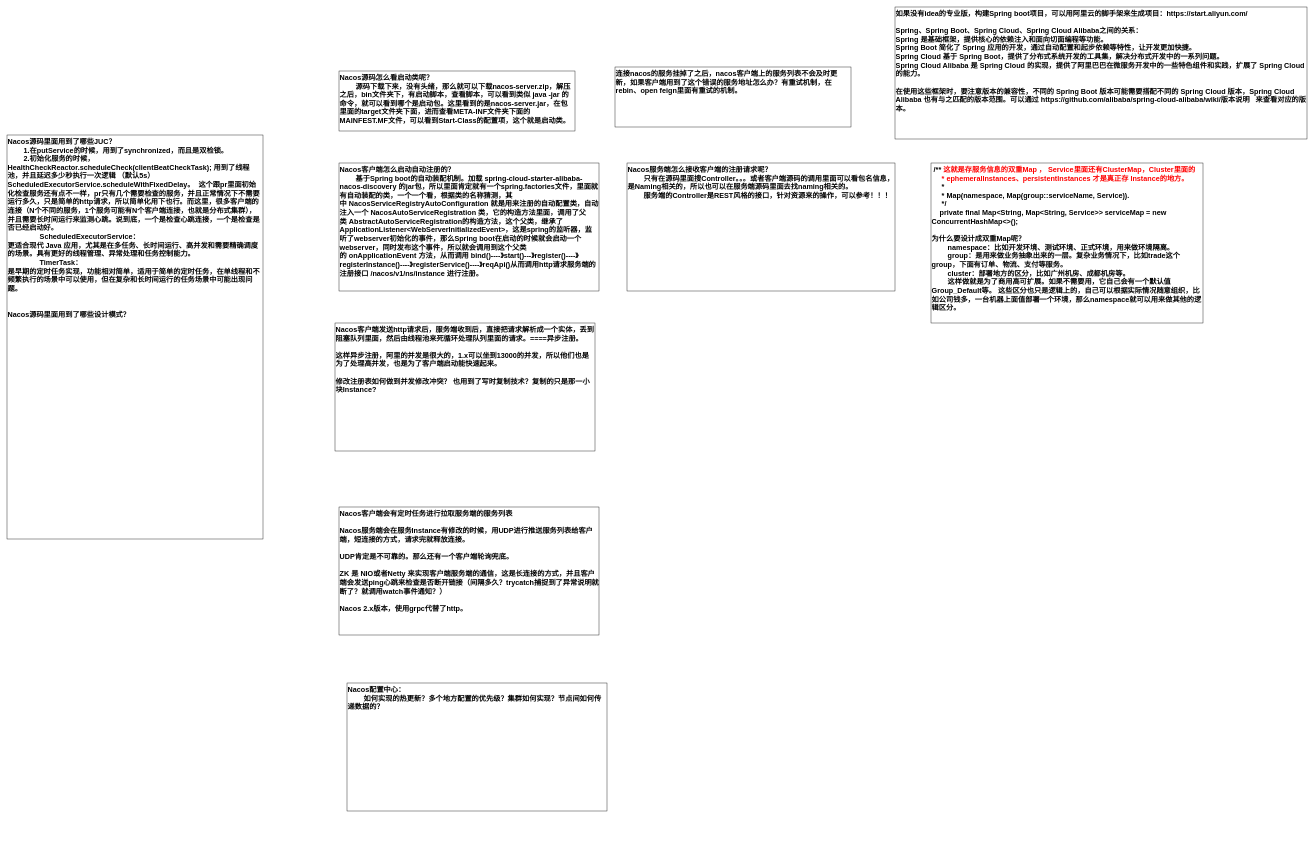
This is JAVA/Nacos.drawio from KGwolf/MyDraw, a draw.io file, before an edit. Source tidied: cells renumbered, new cells numbered last; positions are measured from the earlier drawing's top-left corner, leaving out a move shared by most shapes. Both pictures are drawn from the tidied source at 40%, with x=0, y=0 at pixel (7, 7).
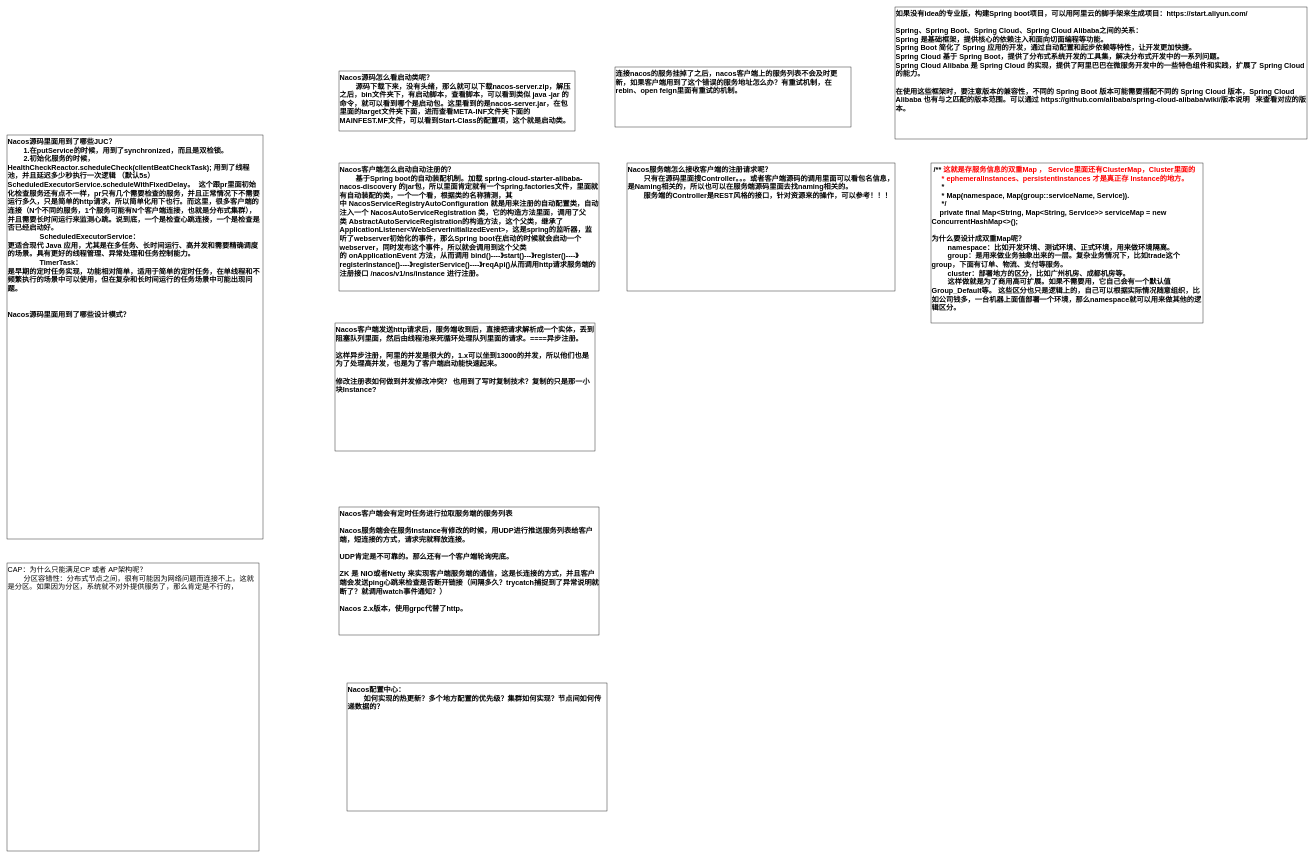
Above is the later version.

What changed in the source:
```diff
@@
 <mxGraphModel>
   <root>
     <mxCell id="0" />
     <mxCell id="1" parent="0" />
     <mxCell id="2" value="Nacos源码怎么看启动类呢？&lt;div&gt;&lt;span style=&quot;white-space: pre;&quot;&gt;&#9;&lt;/span&gt;源码下载下来，没有头绪，那么就可以下载nacos-server.zip，解压之后，bin文件夹下，有启动脚本，查看脚本，可以看到类似 java -jar 的命令，就可以看到哪个是启动包。这里看到的是nacos-server.jar，在包里面的target文件夹下面，进而查看META-INF文件夹下面的MAINFEST.MF文件，可以看到Start-Class的配置项，这个就是启动类。&lt;br&gt;&lt;/div&gt;" style="rounded=0;whiteSpace=wrap;html=1;fontSize=18;fontStyle=1;verticalAlign=top;align=left;" parent="1" vertex="1">
       <mxGeometry x="830" y="160" width="590" height="150" as="geometry" />
     </mxCell>
     <mxCell id="3" value="连接nacos的服务挂掉了之后，nacos客户端上的服务列表不会及时更新，如果客户端用到了这个错误的服务地址怎么办？有重试机制，在rebin、open feign里面有重试的机制。" style="rounded=0;whiteSpace=wrap;html=1;fontSize=18;fontStyle=1;verticalAlign=top;align=left;" parent="1" vertex="1">
       <mxGeometry x="1520" y="150" width="590" height="150" as="geometry" />
     </mxCell>
     <mxCell id="4" value="如果没有idea的专业版，构建Spring boot项目，可以用阿里云的脚手架来生成项目：https://start.aliyun.com/&lt;div&gt;&lt;br&gt;&lt;/div&gt;&lt;div&gt;Spring、Spring Boot、Spring Cloud、Spring Cloud Alibaba之间的关系：&lt;/div&gt;&lt;div&gt;&lt;div&gt;Spring 是基础框架，提供核心的依赖注入和面向切面编程等功能。&lt;/div&gt;&lt;div&gt;Spring Boot 简化了 Spring 应用的开发，通过自动配置和起步依赖等特性，让开发更加快捷。&lt;/div&gt;&lt;div&gt;Spring Cloud 基于 Spring Boot，提供了分布式系统开发的工具集，解决分布式开发中的一系列问题。&lt;/div&gt;&lt;div&gt;Spring Cloud Alibaba 是 Spring Cloud 的实现，提供了阿里巴巴在微服务开发中的一些特色组件和实践，扩展了 Spring Cloud 的能力。&lt;/div&gt;&lt;div&gt;&lt;br&gt;&lt;/div&gt;&lt;div&gt;在使用这些框架时，要注意版本的兼容性，不同的 Spring Boot 版本可能需要搭配不同的 Spring Cloud 版本，Spring Cloud Alibaba 也有与之匹配的版本范围。可以通过&amp;nbsp;https://github.com/alibaba/spring-cloud-alibaba/wiki/版本说明&amp;nbsp; &amp;nbsp;来查看对应的版本。&lt;/div&gt;&lt;/div&gt;" style="rounded=0;whiteSpace=wrap;html=1;fontSize=18;fontStyle=1;verticalAlign=top;align=left;" parent="1" vertex="1">
       <mxGeometry x="2220" width="1030" height="330" as="geometry" />
     </mxCell>
     <mxCell id="5" value="Nacos客户端怎么启动自动注册的？&lt;div&gt;&lt;span style=&quot;white-space: pre;&quot;&gt;&#9;&lt;/span&gt;基于Spring boot的自动装配机制。加载&amp;nbsp;spring-cloud-starter-alibaba-nacos-discovery 的jar包，所以里面肯定就有一个spring.factories文件，里面就有自动装配的类，一个一个看，根据类的名称猜测，其中&amp;nbsp;NacosServiceRegistryAutoConfiguration 就是用来注册的自动配置类，自动注入一个&amp;nbsp;NacosAutoServiceRegistration 类，它的构造方法里面，调用了父类&amp;nbsp;AbstractAutoServiceRegistration的构造方法，这个父类，继承了ApplicationListener&amp;lt;WebServerInitializedEvent&amp;gt;，这是spring的监听器，监听了webserver初始化的事件，那么Spring boot在启动的时候就会启动一个webserver，同时发布这个事件，所以就会调用到这个父类的&amp;nbsp;onApplicationEvent 方法，从而调用 bind()----》start()---》register()----》registerInstance()----》registerService()----》reqApi()从而调用http请求服务端的注册接口 /nacos/v1/ns/instance 进行注册。&lt;br&gt;&lt;/div&gt;" style="rounded=0;whiteSpace=wrap;html=1;fontSize=18;fontStyle=1;verticalAlign=top;align=left;" parent="1" vertex="1">
       <mxGeometry x="830" y="390" width="650" height="320" as="geometry" />
     </mxCell>
     <mxCell id="6" value="Nacos服务端怎么接收客户端的注册请求呢？&lt;div&gt;&lt;span style=&quot;white-space: pre;&quot;&gt;&#9;&lt;/span&gt;只有在源码里面搜Controller。。。或者客户端源码的调用里面可以看包名信息，是Naming相关的，所以也可以在服务端源码里面去找naming相关的。&lt;br&gt;&lt;/div&gt;&lt;div&gt;&lt;span style=&quot;white-space: pre;&quot;&gt;&#9;&lt;/span&gt;服务端的Controller是REST风格的接口，针对资源来的操作，可以参考！！！&lt;br&gt;&lt;/div&gt;" style="rounded=0;whiteSpace=wrap;html=1;fontSize=18;fontStyle=1;verticalAlign=top;align=left;" parent="1" vertex="1">
       <mxGeometry x="1550" y="390" width="670" height="320" as="geometry" />
     </mxCell>
     <mxCell id="7" value="&lt;div&gt;&lt;div&gt;&amp;nbsp;/** &lt;font style=&quot;color: rgb(255, 0, 0);&quot;&gt;这就是存服务信息的双重Map ， Service里面还有ClusterMap，Cluster里面的&lt;/font&gt;&lt;/div&gt;&lt;div&gt;&lt;font style=&quot;color: rgb(255, 0, 0);&quot;&gt;&amp;nbsp; &amp;nbsp; &amp;nbsp;*&amp;nbsp;ephemeralInstances、persistentInstances 才是真正存 Instance的地方。&lt;/font&gt;&lt;/div&gt;&lt;div&gt;&amp;nbsp; &amp;nbsp; &amp;nbsp;*&lt;/div&gt;&lt;div&gt;&amp;nbsp; &amp;nbsp; &amp;nbsp;* Map(namespace, Map(group::serviceName, Service)).&lt;/div&gt;&lt;div&gt;&amp;nbsp; &amp;nbsp; &amp;nbsp;*/&lt;/div&gt;&lt;div&gt;&amp;nbsp; &amp;nbsp; private final Map&amp;lt;String, Map&amp;lt;String, Service&amp;gt;&amp;gt; serviceMap = new ConcurrentHashMap&amp;lt;&amp;gt;();&lt;/div&gt;&lt;/div&gt;&lt;div&gt;&lt;br&gt;&lt;/div&gt;&lt;div&gt;为什么要设计成双重Map呢？&lt;/div&gt;&lt;div&gt;&lt;span style=&quot;white-space: pre;&quot;&gt;&#9;&lt;/span&gt;namespace：比如开发环境、测试环境、正式环境，用来做环境隔离。&lt;br&gt;&lt;/div&gt;&lt;div&gt;&lt;span style=&quot;white-space: pre;&quot;&gt;&#9;&lt;/span&gt;group：是用来做业务抽象出来的一层。复杂业务情况下，比如trade这个group，下面有订单、物流、支付等服务。&lt;br&gt;&lt;/div&gt;&lt;div&gt;&lt;span style=&quot;white-space: pre;&quot;&gt;&#9;&lt;/span&gt;cluster：部署地方的区分，比如广州机房、成都机房等。&lt;br&gt;&lt;/div&gt;&lt;div&gt;&lt;span style=&quot;white-space: pre;&quot;&gt;&#9;&lt;/span&gt;这样做就是为了商用高可扩展。如果不需要用，它自己会有一个默认值 Group_Default等。 这些区分也只是逻辑上的，自己可以根据实际情况随意组织，比如公司钱多，一台机器上面值部署一个环境，那么namespace就可以用来做其他的逻辑区分。&lt;br&gt;&lt;/div&gt;" style="rounded=0;whiteSpace=wrap;html=1;fontSize=18;fontStyle=1;verticalAlign=top;align=left;" parent="1" vertex="1">
       <mxGeometry x="2310" y="390" width="680" height="400" as="geometry" />
     </mxCell>
     <mxCell id="8" value="Nacos源码里面用到了哪些JUC？&lt;div&gt;&lt;span style=&quot;white-space: pre;&quot;&gt;&#9;&lt;/span&gt;1.在putService的时候，用到了synchronized，而且是双检锁。&lt;br&gt;&lt;/div&gt;&lt;div&gt;&lt;span style=&quot;white-space: pre;&quot;&gt;&#9;&lt;/span&gt;2.初始化服务的时候，HealthCheckReactor.scheduleCheck(clientBeatCheckTask); 用到了线程池，并且延迟多少秒执行一次逻辑 （默认5s） ScheduledExecutorService.scheduleWithFixedDelay。&amp;nbsp; 这个跟pr里面初始化检查服务还有点不一样，pr只有几个需要检查的服务，并且正常情况下不需要运行多久，只是简单的http请求，所以简单化用下也行。而这里，很多客户端的连接（N个不同的服务，1个服务可能有N个客户端连接，也就是分布式集群），并且需要长时间运行来监测心跳。说到底，一个是检查心跳连接，一个是检查是否已经启动好。&lt;br&gt;&lt;/div&gt;&lt;div&gt;&lt;span style=&quot;white-space: pre;&quot;&gt;&#9;&lt;/span&gt;&lt;span style=&quot;white-space: pre;&quot;&gt;&#9;&lt;/span&gt;&lt;span style=&quot;background-color: transparent;&quot;&gt;ScheduledExecutorService：&lt;br&gt;更适合现代 Java 应用，尤其是在多任务、长时间运行、高并发和需要精确调度的场景。具有更好的线程管理、异常处理和任务控制能力。&amp;nbsp;&lt;/span&gt;&lt;/div&gt;&lt;div&gt;&lt;span style=&quot;background-color: transparent;&quot;&gt;&lt;span style=&quot;white-space: pre;&quot;&gt;&#9;&lt;/span&gt;&lt;span style=&quot;white-space: pre;&quot;&gt;&#9;&lt;/span&gt;TimerTask：&lt;br&gt;是早期的定时任务实现，功能相对简单，适用于简单的定时任务，在单线程和不频繁执行的场景中可以使用，但在复杂和长时间运行的任务场景中可能出现问题。&lt;/span&gt;&lt;br&gt;&lt;/div&gt;&lt;div&gt;&lt;br&gt;&lt;/div&gt;&lt;div&gt;&lt;br&gt;&lt;/div&gt;&lt;div&gt;Nacos源码里面用到了哪些设计模式？&lt;/div&gt;" style="rounded=0;whiteSpace=wrap;html=1;fontSize=18;fontStyle=1;verticalAlign=top;align=left;" parent="1" vertex="1">
       <mxGeometry y="320" width="640" height="1010" as="geometry" />
     </mxCell>
     <mxCell id="9" value="Nacos客户端发送http请求后，服务端收到后，直接把请求解析成一个实体，丢到阻塞队列里面，然后由线程池来死循环处理队列里面的请求。====异步注册。&lt;div&gt;&lt;br&gt;&lt;/div&gt;&lt;div&gt;这样异步注册，阿里的并发是很大的，1.x可以坐到13000的并发，所以他们也是为了处理高并发，也是为了客户端启动能快速起来。&lt;/div&gt;&lt;div&gt;&lt;br&gt;&lt;/div&gt;&lt;div&gt;修改注册表如何做到并发修改冲突？ 也用到了写时复制技术？复制的只是那一小块Instance?&lt;/div&gt;" style="rounded=0;whiteSpace=wrap;html=1;fontSize=18;fontStyle=1;verticalAlign=top;align=left;" parent="1" vertex="1">
       <mxGeometry x="820" y="790" width="650" height="320" as="geometry" />
     </mxCell>
     <mxCell id="10" value="Nacos客户端会有定时任务进行拉取服务端的服务列表&lt;div&gt;&lt;br&gt;&lt;/div&gt;&lt;div&gt;Nacos服务端会在服务Instance有修改的时候，用UDP进行推送服务列表给客户端，短连接的方式，请求完就释放连接。&lt;/div&gt;&lt;div&gt;&lt;br&gt;&lt;/div&gt;&lt;div&gt;UDP肯定是不可靠的。那么还有一个客户端轮询兜底。&lt;/div&gt;&lt;div&gt;&lt;br&gt;&lt;/div&gt;&lt;div&gt;ZK 是 NIO或者Netty 来实现客户端服务端的通信，这是长连接的方式，并且客户端会发送ping心跳来检查是否断开链接（间隔多久？trycatch捕捉到了异常说明就断了？就调用watch事件通知？）&lt;/div&gt;&lt;div&gt;&lt;br&gt;&lt;/div&gt;&lt;div&gt;Nacos 2.x版本，使用grpc代替了http。&lt;/div&gt;" style="rounded=0;whiteSpace=wrap;html=1;fontSize=18;fontStyle=1;verticalAlign=top;align=left;" parent="1" vertex="1">
       <mxGeometry x="830" y="1250" width="650" height="320" as="geometry" />
     </mxCell>
     <mxCell id="11" value="Nacos配置中心：&lt;div&gt;&lt;span style=&quot;white-space: pre;&quot;&gt;&#9;&lt;/span&gt;如何实现的热更新？多个地方配置的优先级？集群如何实现？节点间如何传递数据的？&lt;br&gt;&lt;/div&gt;" style="rounded=0;whiteSpace=wrap;html=1;fontSize=18;fontStyle=1;verticalAlign=top;align=left;" parent="1" vertex="1">
       <mxGeometry x="850" y="1690" width="650" height="320" as="geometry" />
     </mxCell>
+    <mxCell id="12" value="&lt;span style=&quot;font-weight: 400;&quot;&gt;CAP：为什么只能满足CP 或者 AP架构呢？&lt;/span&gt;&lt;div style=&quot;font-weight: 400;&quot;&gt;&lt;span style=&quot;white-space: pre;&quot;&gt;&#9;&lt;/span&gt;分区容错性：分布式节点之间，很有可能因为网络问题而连接不上。这就是分区。如果因为分区，系统就不对外提供服务了，那么肯定是不行的，&lt;/div&gt;" style="rounded=0;whiteSpace=wrap;html=1;fontSize=18;fontStyle=1;verticalAlign=top;align=left;" parent="1" vertex="1">
+      <mxGeometry y="1390" width="630" height="720" as="geometry" />
+    </mxCell>
   </root>
 </mxGraphModel>
```
